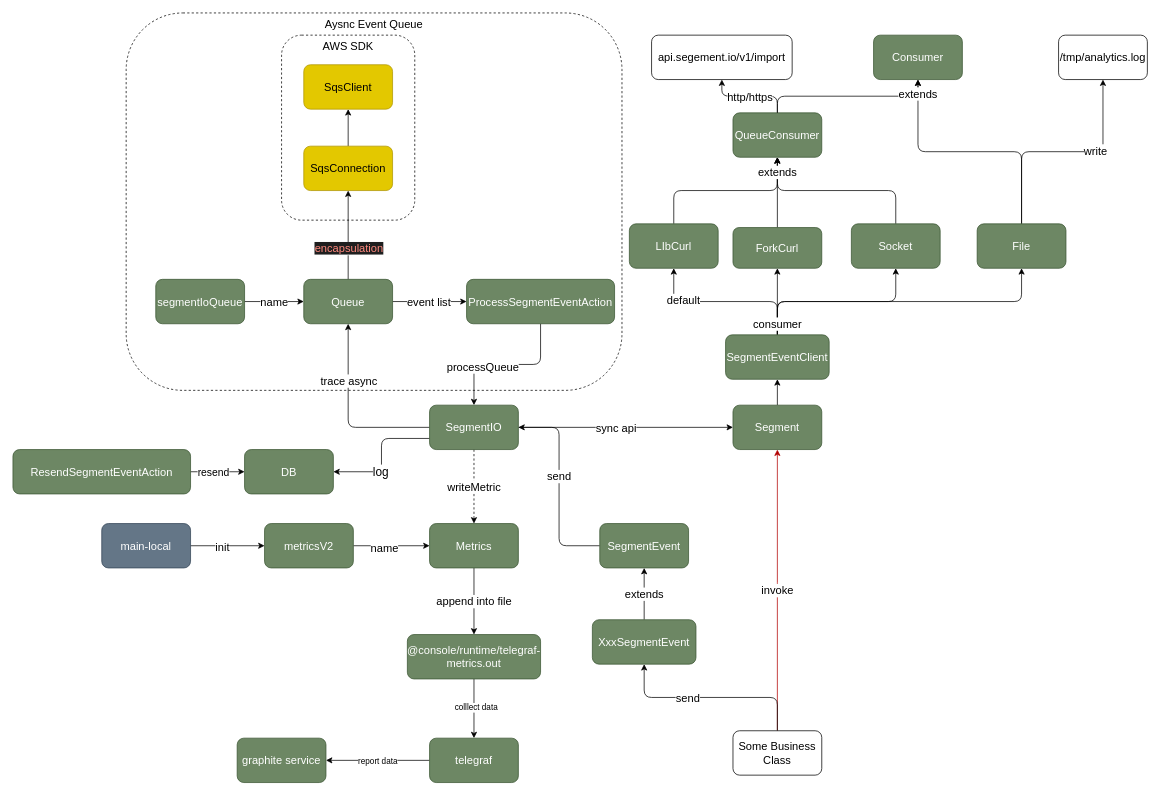
The draw.io diagram assets/SegmentEvent.drawio in sheldon-pacvue/segmenet-event, before the edit. Source tidied: cells renumbered, new cells numbered last; positions are measured from the earlier drawing's top-left corner, leaving out a move shared by most shapes. Both pictures are drawn from the tidied source at 74%, with x=0, y=0 at pixel (13, 13).
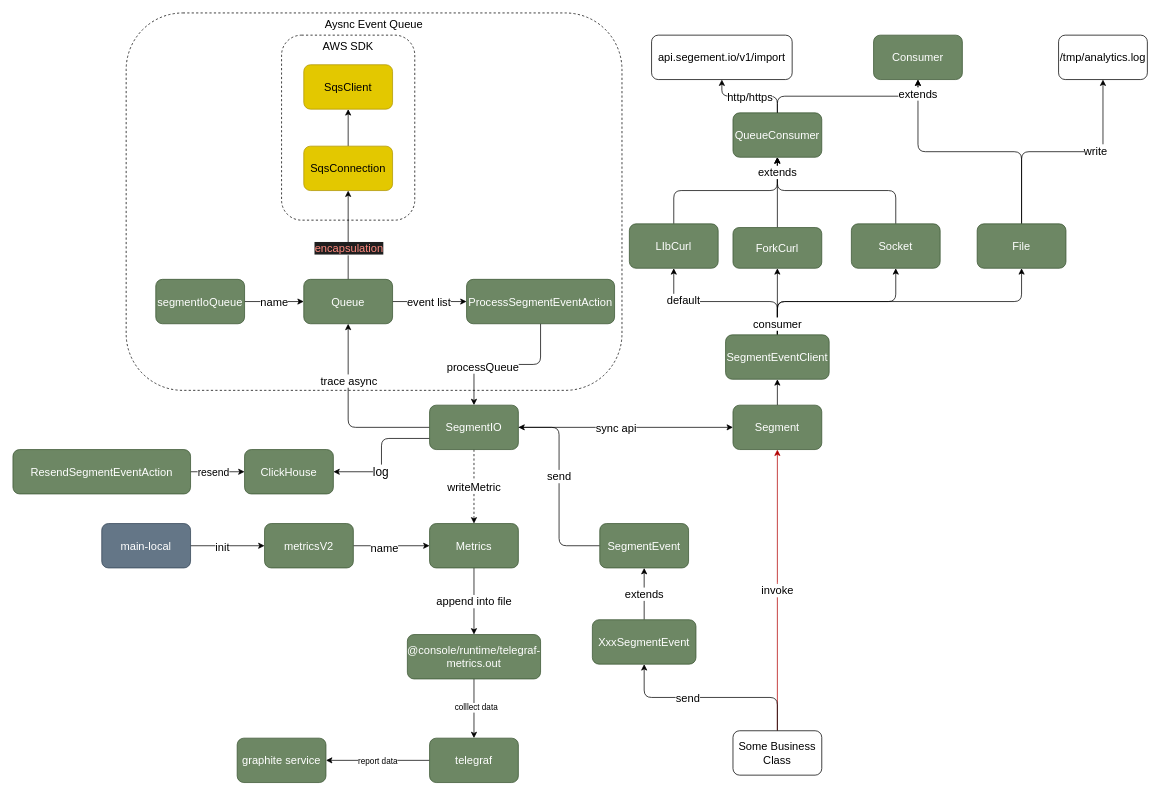
The same diagram, later.

Diff of the diagram source:
```diff
@@
-    <mxCell id="72" value="DB" style="rounded=1;whiteSpace=wrap;html=1;fillColor=#6d8764;fontColor=#ffffff;strokeColor=#3A5431;fontSize=15;" parent="1" vertex="1">
+    <mxCell id="72" value="ClickHouse" style="rounded=1;whiteSpace=wrap;html=1;fillColor=#6d8764;fontColor=#ffffff;strokeColor=#3A5431;fontSize=15;" parent="1" vertex="1">
       <mxGeometry x="313" y="590" width="120" height="60" as="geometry" />
     </mxCell>
```
